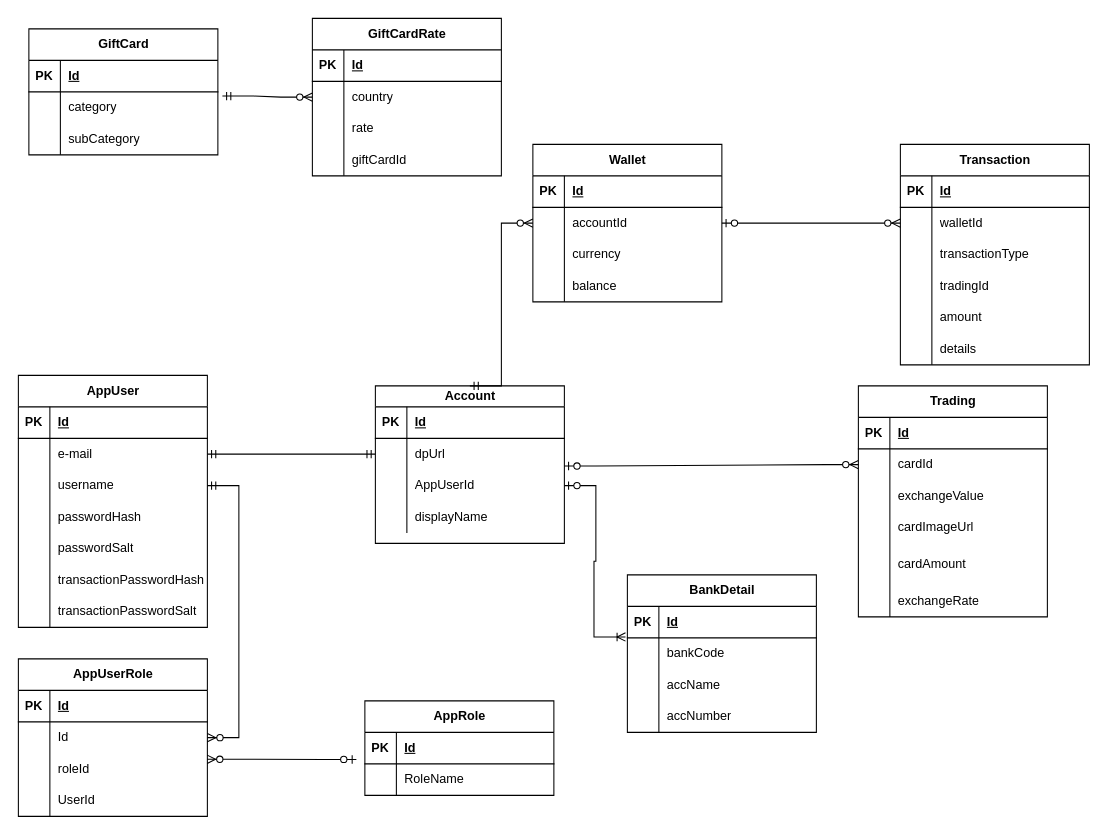
Pay-Bigi/FluidCash keeps this draw.io diagram as Fluid Cash.drawio. Above is the earlier version. Source tidied: cells renumbered, new cells numbered last; positions are measured from the earlier drawing's top-left corner, leaving out a move shared by most shapes. Both pictures are drawn from the tidied source at 105%, with x=0, y=0 at pixel (18, 18).
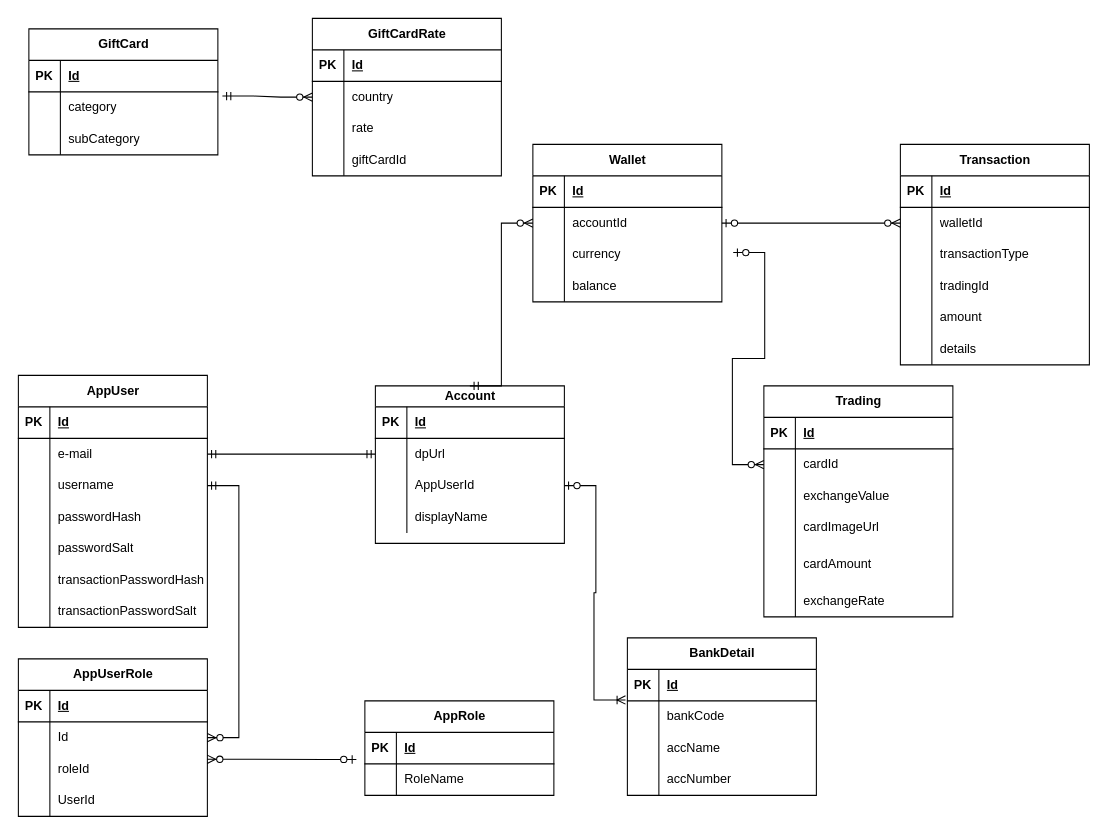
The same page after the edit.

Commit message:
Changed  the relationship between Trading and Account to Wallet

Unchanged cells that the change refers to:
```xml
<mxCell id="73" style="shape=tableRow;horizontal=0;startSize=0;swimlaneHead=0;swimlaneBody=0;fillColor=none;points=[[0,0.5],[1,0.5]];portConstraint=eastwest;top=0;left=0;right=0;bottom=0;" parent="69" vertex="1">
  <mxGeometry y="60" width="180" height="30" as="geometry" />
</mxCell>
<mxCell id="95" style="shape=tableRow;horizontal=0;startSize=0;swimlaneHead=0;swimlaneBody=0;fillColor=none;points=[[0,0.5],[1,0.5]];portConstraint=eastwest;top=0;left=0;right=0;bottom=0;" parent="88" vertex="1">
  <mxGeometry y="90" width="180" height="30" as="geometry" />
</mxCell>
<mxCell id="105" style="shape=tableRow;horizontal=0;startSize=0;swimlaneHead=0;swimlaneBody=0;fillColor=none;points=[[0,0.5],[1,0.5]];portConstraint=eastwest;top=0;left=0;right=0;bottom=0;" parent="101" vertex="1">
  <mxGeometry y="50" width="180" height="30" as="geometry" />
</mxCell>
```

What changed in the source:
```diff
@@
     <mxCell id="43" value="BankDetail" style="shape=table;startSize=30;childLayout=tableLayout;rowLines=0;fontStyle=1;align=center;html=1;" parent="1" vertex="1">
-      <mxGeometry x="580" y="530" width="180" height="150" as="geometry" />
+      <mxGeometry x="580" y="590" width="180" height="150" as="geometry" />
     </mxCell>
@@
     <mxCell id="69" value="Trading" style="shape=table;startSize=30;childLayout=tableLayout;rowLines=0;fontStyle=1;align=center;html=1;" parent="1" vertex="1">
-      <mxGeometry x="800" y="350" width="180" height="220" as="geometry" />
+      <mxGeometry x="710" y="350" width="180" height="220" as="geometry" />
     </mxCell>
@@
-    <mxCell id="117" style="edgeStyle=entityRelationEdgeStyle;fontSize=12;html=1;endArrow=ERzeroToMany;startArrow=ERzeroToOne;rounded=0;exitX=1;exitY=0.877;exitDx=0;exitDy=0;exitPerimeter=0;entryX=0;entryY=0.5;entryDx=0;entryDy=0;" parent="1" edge="1" source="105" target="73">
+    <mxCell id="117" style="edgeStyle=entityRelationEdgeStyle;fontSize=12;html=1;endArrow=ERzeroToMany;startArrow=ERzeroToOne;rounded=0;exitX=1.06;exitY=0.435;exitDx=0;exitDy=0;exitPerimeter=0;entryX=0;entryY=0.5;entryDx=0;entryDy=0;" parent="1" edge="1" source="95" target="73">
       <mxGeometry relative="1" as="geometry" />
     </mxCell>
```
